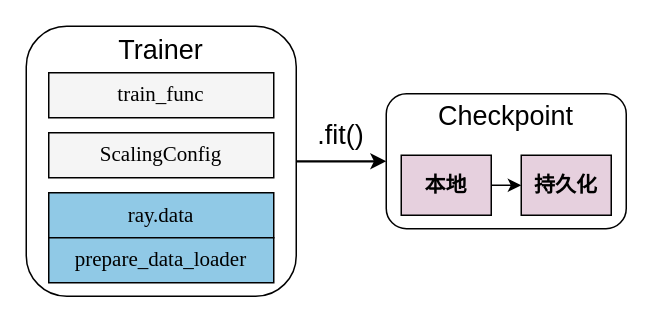
godaai/scale-py-zh keeps this draw.io diagram as drawio/ch-ray-train-tune/ray-train-key-parts.drawio. Above is the earlier version. Source tidied: cells renumbered, new cells numbered last; positions are measured from the earlier drawing's top-left corner, leaving out a move shared by most shapes. Both pictures are drawn from the tidied source at 150%, with x=0, y=0 at pixel (26, 26).
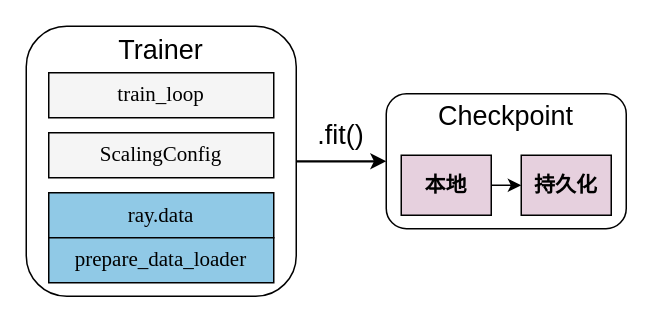
The same diagram, later.

Commit message (it also covers changes not shown here):
train & tune

The edit, as a diff of the source:
```diff
@@
 <mxGraphModel>
   <root>
     <mxCell id="0" />
     <mxCell id="1" parent="0" />
     <mxCell id="2" style="rounded=1;whiteSpace=wrap;html=1;fillColor=none;" parent="1" vertex="1">
       <mxGeometry width="180" height="180" as="geometry" />
     </mxCell>
     <mxCell id="3" value="&lt;font style=&quot;font-size: 18px;&quot;&gt;Trainer&lt;/font&gt;" style="text;html=1;strokeColor=none;fillColor=none;align=center;verticalAlign=middle;whiteSpace=wrap;rounded=0;" parent="1" vertex="1">
       <mxGeometry x="60" y="1" width="60" height="30" as="geometry" />
     </mxCell>
-    <mxCell id="4" value="&lt;font style=&quot;font-size: 14px;&quot; face=&quot;Garamond&quot;&gt;train_func&lt;/font&gt;" style="rounded=0;whiteSpace=wrap;html=1;fillColor=#F5F5F5;" parent="1" vertex="1">
+    <mxCell id="4" value="&lt;font style=&quot;font-size: 14px;&quot; face=&quot;Garamond&quot;&gt;train_loop&lt;/font&gt;" style="rounded=0;whiteSpace=wrap;html=1;fillColor=#F5F5F5;" parent="1" vertex="1">
       <mxGeometry x="15" y="31" width="150" height="30" as="geometry" />
     </mxCell>
     <mxCell id="5" value="&lt;font face=&quot;Garamond&quot; style=&quot;font-size: 14px;&quot;&gt;ScalingConfig&lt;/font&gt;" style="rounded=0;whiteSpace=wrap;html=1;fillColor=#F5F5F5;" parent="1" vertex="1">
       <mxGeometry x="15" y="71" width="150" height="30" as="geometry" />
     </mxCell>
     <mxCell id="6" value="&lt;span style=&quot;font-size: 14px;&quot;&gt;&lt;font face=&quot;Garamond&quot;&gt;ray.data&lt;/font&gt;&lt;/span&gt;" style="rounded=0;whiteSpace=wrap;html=1;fillColor=#90C9E6;" parent="1" vertex="1">
       <mxGeometry x="15" y="111" width="150" height="30" as="geometry" />
     </mxCell>
     <mxCell id="7" value="&lt;font style=&quot;font-size: 14px;&quot; face=&quot;Garamond&quot;&gt;prepare_data_loader&lt;/font&gt;" style="rounded=0;whiteSpace=wrap;html=1;fillColor=#90C9E6;" parent="1" vertex="1">
       <mxGeometry x="15" y="141" width="150" height="30" as="geometry" />
     </mxCell>
     <mxCell id="8" style="rounded=1;whiteSpace=wrap;html=1;fillColor=none;" parent="1" vertex="1">
       <mxGeometry x="240" y="45" width="160" height="90" as="geometry" />
     </mxCell>
     <mxCell id="9" style="endArrow=classic;html=1;rounded=0;exitX=1;exitY=0.5;exitDx=0;exitDy=0;entryX=0;entryY=0.5;entryDx=0;entryDy=0;entryPerimeter=0;strokeWidth=1.5;" parent="1" edge="1" source="2" target="8">
       <mxGeometry relative="1" as="geometry" />
     </mxCell>
     <mxCell id="10" value="&lt;font style=&quot;font-size: 18px;&quot;&gt;.fit()&lt;/font&gt;" style="text;html=1;strokeColor=none;fillColor=none;align=center;verticalAlign=middle;whiteSpace=wrap;rounded=0;strokeWidth=1.5;" parent="1" vertex="1">
       <mxGeometry x="180" y="58" width="60" height="30" as="geometry" />
     </mxCell>
     <mxCell id="11" value="Checkpoint" style="text;html=1;strokeColor=none;fillColor=none;align=center;verticalAlign=middle;whiteSpace=wrap;rounded=0;fontSize=18;" parent="1" vertex="1">
       <mxGeometry x="290" y="45" width="60" height="30" as="geometry" />
     </mxCell>
     <mxCell id="12" value="&lt;b&gt;&lt;font style=&quot;font-size: 14px;&quot;&gt;本地&lt;/font&gt;&lt;/b&gt;" style="rounded=0;whiteSpace=wrap;html=1;fillColor=#E6D0DE;" parent="1" vertex="1">
       <mxGeometry x="250" y="86" width="60" height="40" as="geometry" />
     </mxCell>
     <mxCell id="13" value="&lt;span style=&quot;font-size: 14px;&quot;&gt;&lt;b&gt;持久化&lt;/b&gt;&lt;/span&gt;" style="rounded=0;whiteSpace=wrap;html=1;fillColor=#E6D0DE;" parent="1" vertex="1">
       <mxGeometry x="330" y="86" width="60" height="40" as="geometry" />
     </mxCell>
     <mxCell id="14" style="endArrow=classic;html=1;rounded=0;exitX=1;exitY=0.5;exitDx=0;exitDy=0;entryX=0;entryY=0.5;entryDx=0;entryDy=0;" parent="1" edge="1" source="12" target="13">
       <mxGeometry relative="1" as="geometry" />
     </mxCell>
   </root>
 </mxGraphModel>
```
